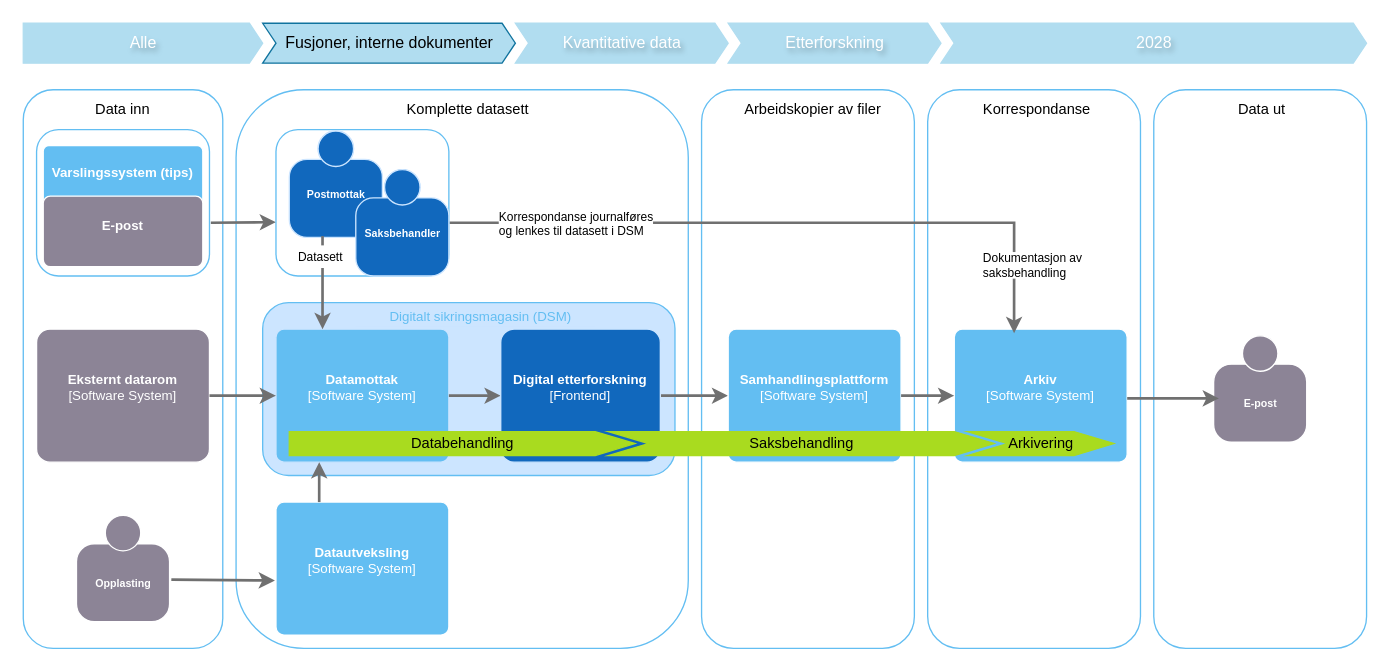
mortenee/draw.io keeps this draw.io diagram as page "2026 Fusjoner, interne dokumenter" (2 of 8) of dataflyt.drawio. Above is the earlier version. Source tidied: cells renumbered, new cells numbered last; positions are measured from the earlier drawing's top-left corner, leaving out a move shared by most shapes. Both pictures are drawn from the tidied source at 133%, with x=0, y=0 at pixel (23, 23).
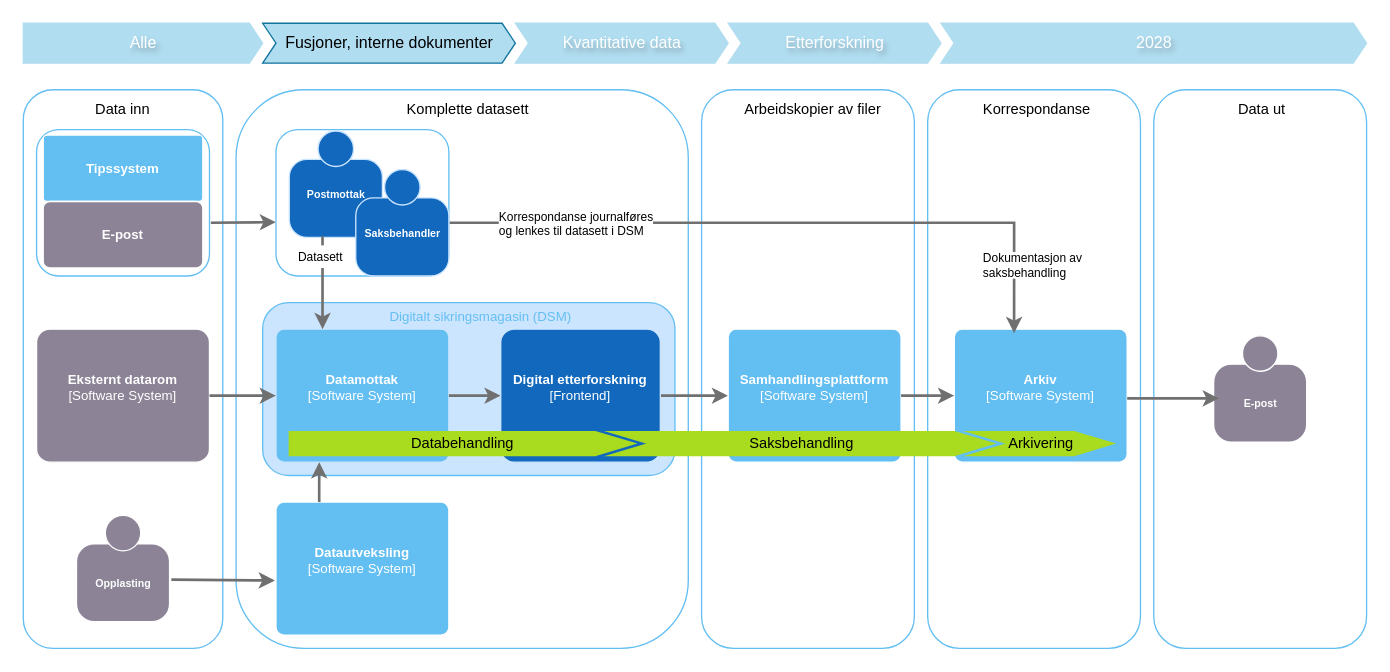
Above is the later version.

Change to the diagram source:
```diff
@@
-    <object id="39" label="&lt;b&gt;%c4Name%&lt;/b&gt;&lt;div&gt;%c4Description%&lt;/div&gt;" c4Description="" c4Name="Varslingssystem (tips)" placeholders="1">
-      <mxCell style="rounded=1;whiteSpace=wrap;html=1;labelBackgroundColor=none;fillColor=#63BEF2;fontColor=#ffffff;align=center;arcSize=6;strokeColor=#FFFFFF;spacingBottom=30;fontSize=10;verticalAlign=middle;fontFamily=Helvetica;" parent="1" vertex="1">
-        <mxGeometry x="15" y="92" width="120" height="70" as="geometry" />
+    <object id="39" label="&lt;b&gt;%c4Name%&lt;/b&gt;&lt;div&gt;%c4Description%&lt;/div&gt;" c4Description="" c4Name="Tipssystem" placeholders="1">
+      <mxCell style="rounded=1;whiteSpace=wrap;html=1;labelBackgroundColor=none;fillColor=#63BEF2;fontColor=#ffffff;align=center;arcSize=6;strokeColor=#FFFFFF;spacingBottom=0;fontSize=10;verticalAlign=middle;fontFamily=Helvetica;" parent="1" vertex="1">
+        <mxGeometry x="15" y="84" width="120" height="50" as="geometry" />
       </mxCell>
     </object>
     <object id="40" label="&lt;b&gt;%c4Name%&lt;/b&gt;&lt;div&gt;%c4Description%&lt;/div&gt;" c4Description="" c4Name="E-post" placeholders="1">
-      <mxCell style="rounded=1;whiteSpace=wrap;html=1;labelBackgroundColor=none;fillColor=#8C8496;fontColor=#ffffff;align=center;arcSize=10;strokeColor=#FFFFFF;spacingBottom=10;fontSize=10;" parent="1" vertex="1">
-        <mxGeometry x="15" y="130" width="120" height="53" as="geometry" />
+      <mxCell style="rounded=1;whiteSpace=wrap;html=1;labelBackgroundColor=none;fillColor=#8C8496;fontColor=#ffffff;align=center;arcSize=10;strokeColor=#FFFFFF;spacingBottom=0;fontSize=10;" parent="1" vertex="1">
+        <mxGeometry x="15" y="134" width="120" height="50" as="geometry" />
       </mxCell>
     </object>
```
